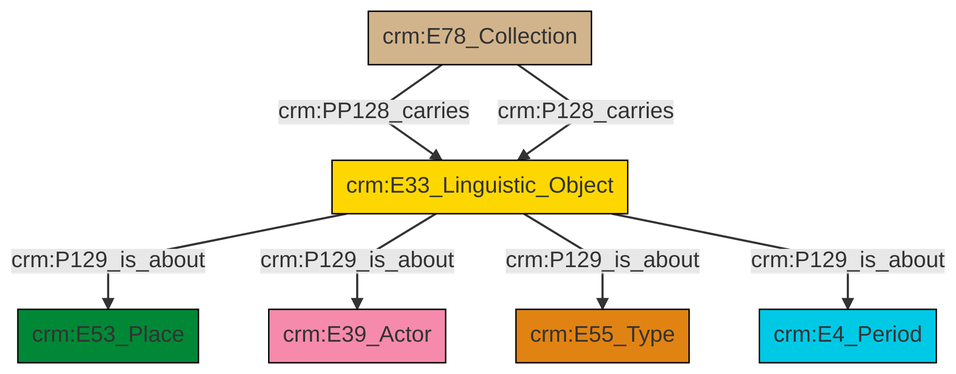
Before: et/archivalCSV/ttl/mmd/png/archival_aboutness.png, a diagram exported from Mermaid (swiss-art-research-net/docs.swissartresearch). Its source is kept beside it as et/archivalCSV/ttl/mmd/archival_aboutness.ttl.mmd.
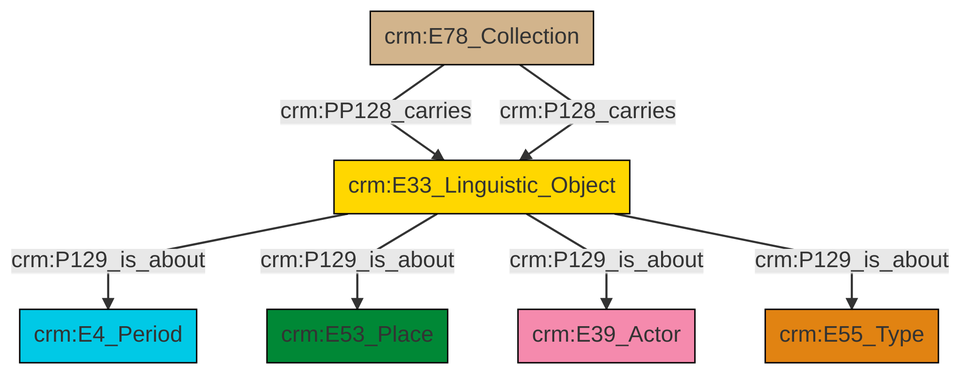
Later version of the same file.

The edit, as a diff of the source:
```diff
@@ -13,9 +13,9 @@
 classDef PC_Classes fill:#4ce600, stroke:#000000;
 classDef Multi fill:#cccccc,stroke:#000000;
 
-2["crm:E33_Linguistic_Object"]:::Conceptual_Object -->|crm:P129_is_about| 0["crm:E53_Place"]:::Place
-2["crm:E33_Linguistic_Object"]:::Conceptual_Object -->|crm:P129_is_about| 5["crm:E39_Actor"]:::Actor
-9["crm:E78_Collection"]:::Physical_Thing -->|crm:PP128_carries| 2["crm:E33_Linguistic_Object"]:::Conceptual_Object
-2["crm:E33_Linguistic_Object"]:::Conceptual_Object -->|crm:P129_is_about| 7["crm:E55_Type"]:::Type
-9["crm:E78_Collection"]:::Physical_Thing -->|crm:P128_carries| 2["crm:E33_Linguistic_Object"]:::Conceptual_Object
-2["crm:E33_Linguistic_Object"]:::Conceptual_Object -->|crm:P129_is_about| 3["crm:E4_Period"]:::Temporal_Entity
+0["crm:E78_Collection"]:::Physical_Thing -->|crm:PP128_carries| 1["crm:E33_Linguistic_Object"]:::Conceptual_Object
+0["crm:E78_Collection"]:::Physical_Thing -->|crm:P128_carries| 1["crm:E33_Linguistic_Object"]:::Conceptual_Object
+1["crm:E33_Linguistic_Object"]:::Conceptual_Object -->|crm:P129_is_about| 2["crm:E4_Period"]:::Temporal_Entity
+1["crm:E33_Linguistic_Object"]:::Conceptual_Object -->|crm:P129_is_about| 3["crm:E53_Place"]:::Place
+1["crm:E33_Linguistic_Object"]:::Conceptual_Object -->|crm:P129_is_about| 7["crm:E39_Actor"]:::Actor
+1["crm:E33_Linguistic_Object"]:::Conceptual_Object -->|crm:P129_is_about| 5["crm:E55_Type"]:::Type
```
